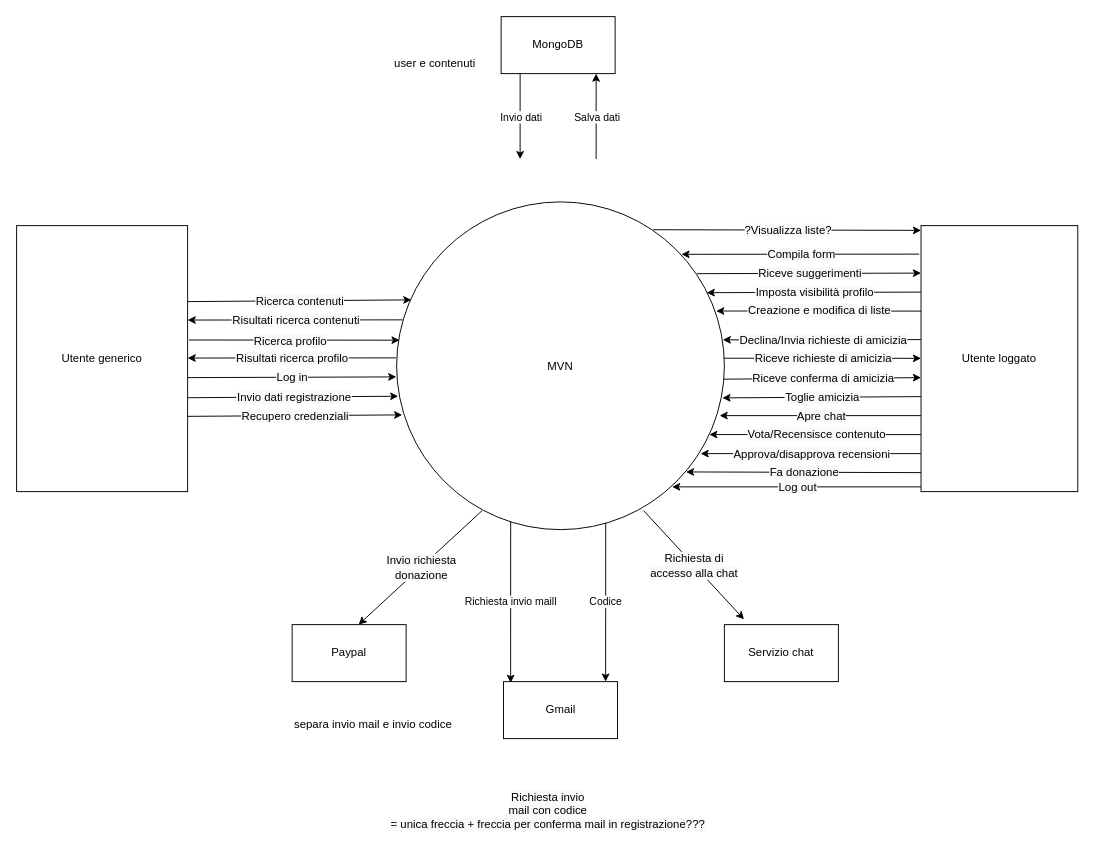
Above: ContestDiagram.drawio in Organizzazione-IngSoftware/BancoLavoroD2 (draw.io), before the change. Source tidied: cells renumbered, new cells numbered last; positions are measured from the earlier drawing's top-left corner, leaving out a move shared by most shapes. Both pictures are drawn from the tidied source at 95%, with x=0, y=0 at pixel (16, 16).
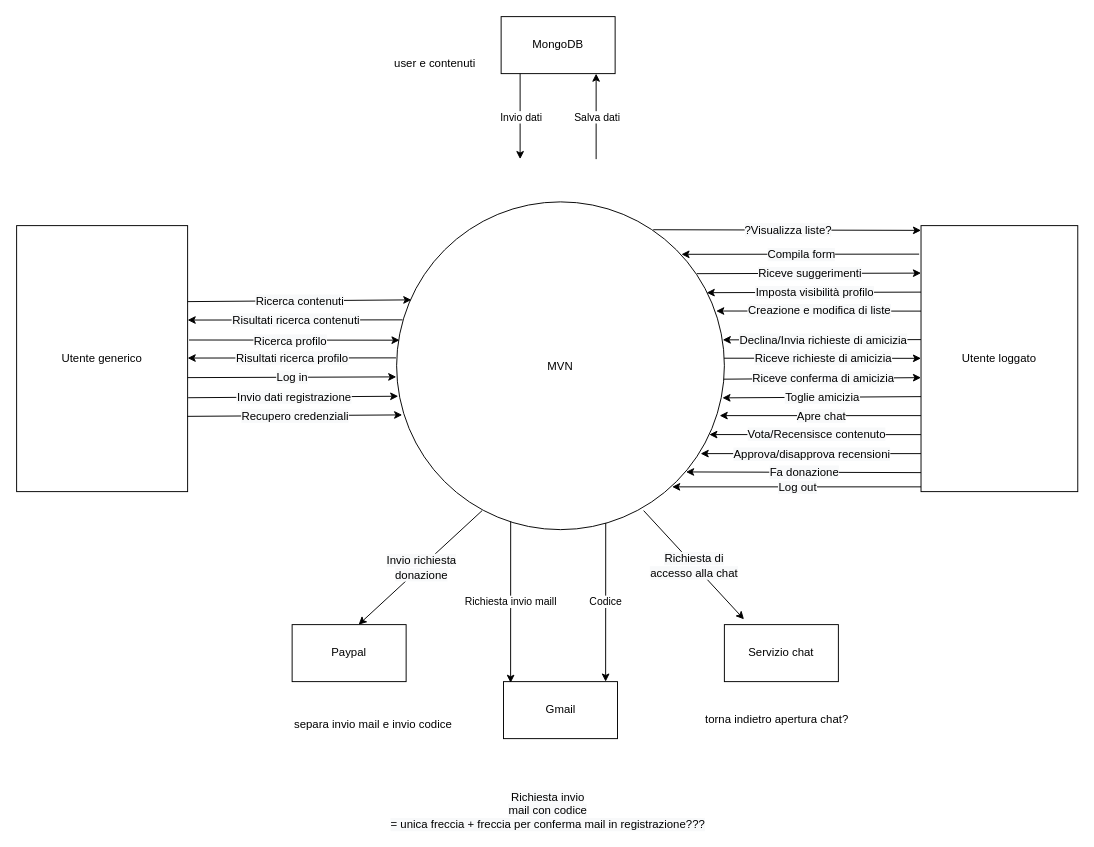
The same diagram, later.

Diff of the diagram source:
```diff
@@
+    <mxCell id="64" value="torna indietro apertura chat?" style="text;html=1;align=center;verticalAlign=middle;strokeColor=none;fillColor=none;" parent="1" vertex="1">
+      <mxGeometry x="715" y="725" width="170" height="30" as="geometry" />
+    </mxCell>
```
